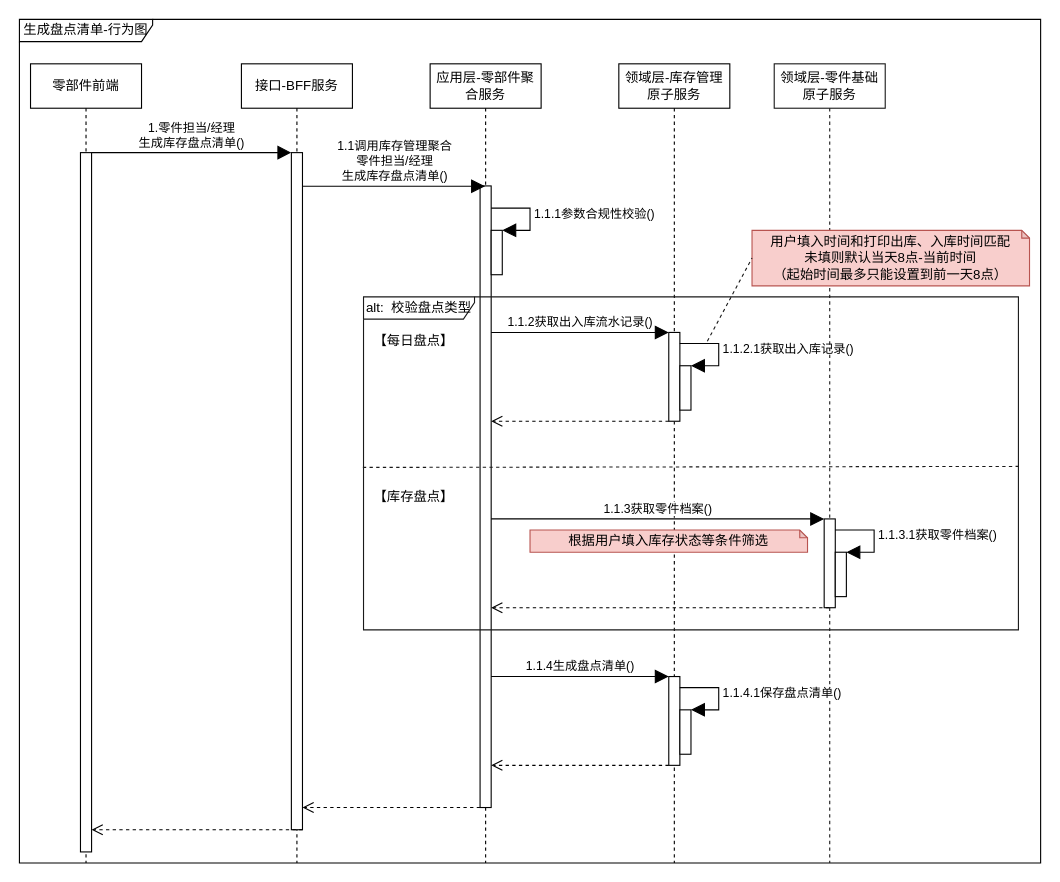
Above: page "生成盘点清单行为图" (2 of 6) of 库存管理-库存盘点.drawio in 1132489442/gitRepository1 (draw.io), before the change. Source tidied: cells renumbered, new cells numbered last; positions are measured from the earlier drawing's top-left corner, leaving out a move shared by most shapes. Both pictures are drawn from the tidied source at 111%, with x=0, y=0 at pixel (19, 19).
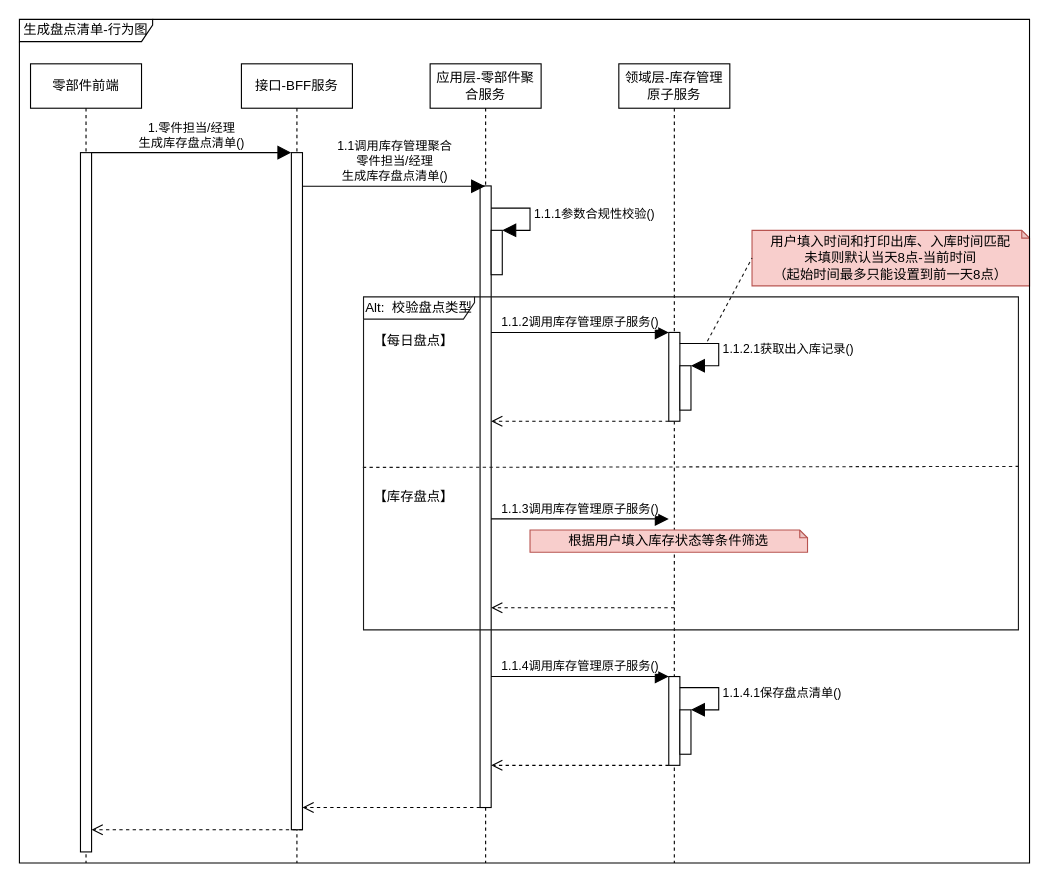
Above is the later version.

The change refers to these unchanged cells:
```xml
<mxCell id="8" style="html=1;points=[];perimeter=orthogonalPerimeter;fillColor=#FFFFFF;" parent="7" vertex="1">
  <mxGeometry x="45" y="242" width="10" height="80" as="geometry" />
</mxCell>
<mxCell id="27" style="html=1;points=[];perimeter=orthogonalPerimeter;fillColor=#FFFFFF;" parent="1" vertex="1">
  <mxGeometry x="585" y="592" width="10" height="80" as="geometry" />
</mxCell>
<mxCell id="36" value="用户填入时间和打印出库、入库时间匹配&lt;br&gt;未填则默认当天8点-当前时间&lt;br&gt;（起始时间最多只能设置到前一天8点）" style="shape=note;whiteSpace=wrap;html=1;backgroundOutline=1;darkOpacity=0.05;strokeColor=#b85450;fillColor=#f8cecc;size=7;" parent="1" vertex="1">
  <mxGeometry x="660" y="190" width="250" height="50" as="geometry" />
</mxCell>
```

The edit, as a diff of the source:
```diff
@@
-    <mxCell id="16" value="1.1.2获取出入库流水记录()" style="html=1;verticalAlign=bottom;endArrow=block;entryX=0;entryY=0;rounded=0;endSize=10;" parent="1" edge="1" target="8">
+    <mxCell id="16" value="1.1.2调用库存管理原子服务()" style="html=1;verticalAlign=bottom;endArrow=block;entryX=0;entryY=0;rounded=0;endSize=10;" parent="1" edge="1" target="8">
       <mxGeometry relative="1" as="geometry">
         <mxPoint x="425" y="282" as="sourcePoint" />
       </mxGeometry>
     </mxCell>
@@
-    <mxCell id="19" value="生成盘点清单-行为图" style="shape=umlFrame;whiteSpace=wrap;html=1;fillColor=#FFFFFF;width=120;height=20;" parent="1" vertex="1">
-      <mxGeometry width="920" height="760" as="geometry" />
-    </mxCell>
@@
-    <mxCell id="21" value="领域层-零件基础原子服务" style="shape=umlLifeline;perimeter=lifelinePerimeter;whiteSpace=wrap;html=1;strokeColor=#1A1A1A;fillColor=#FFFFFF;" parent="1" vertex="1">
-      <mxGeometry x="680" y="40" width="100" height="720" as="geometry" />
-    </mxCell>
-    <mxCell id="22" style="html=1;points=[];perimeter=orthogonalPerimeter;fillColor=#FFFFFF;" parent="21" vertex="1">
-      <mxGeometry x="45" y="410" width="10" height="80" as="geometry" />
-    </mxCell>
-    <mxCell id="23" style="html=1;points=[];perimeter=orthogonalPerimeter;fillColor=#FFFFFF;" parent="21" vertex="1">
-      <mxGeometry x="55" y="440" width="10" height="40" as="geometry" />
-    </mxCell>
-    <mxCell id="24" value="1.1.3.1获取零件档案()" style="edgeStyle=orthogonalEdgeStyle;html=1;align=left;spacingLeft=2;endArrow=block;rounded=0;entryX=1;entryY=0;endSize=10;exitX=0.987;exitY=0.125;exitDx=0;exitDy=0;exitPerimeter=0;" parent="21" edge="1" source="22" target="23">
-      <mxGeometry relative="1" as="geometry">
-        <Array as="points">
-          <mxPoint x="90" y="420" />
-          <mxPoint x="90" y="440" />
-        </Array>
-      </mxGeometry>
-    </mxCell>
-    <mxCell id="25" value="1.1.3获取零件档案()" style="html=1;verticalAlign=bottom;endArrow=block;entryX=0;entryY=0;rounded=0;endSize=10;" parent="1" edge="1" target="22">
+    <mxCell id="25" value="1.1.3调用库存管理原子服务()" style="html=1;verticalAlign=bottom;endArrow=block;entryX=0;entryY=0;rounded=0;endSize=10;" parent="1" edge="1">
       <mxGeometry relative="1" as="geometry">
         <mxPoint x="425" y="450" as="sourcePoint" />
+        <mxPoint x="585" y="450" as="targetPoint" />
       </mxGeometry>
     </mxCell>
     <mxCell id="26" style="html=1;verticalAlign=bottom;endArrow=open;dashed=1;endSize=8;rounded=0;" parent="1" edge="1">
       <mxGeometry relative="1" as="geometry">
-        <mxPoint x="729.5" y="530" as="sourcePoint" />
+        <mxPoint x="590" y="530" as="sourcePoint" />
         <mxPoint x="425" y="530" as="targetPoint" />
       </mxGeometry>
     </mxCell>
@@
-    <mxCell id="30" value="1.1.4生成盘点清单()" style="html=1;verticalAlign=bottom;endArrow=block;entryX=0;entryY=0;rounded=0;endSize=10;" parent="1" edge="1" target="27">
+    <mxCell id="30" value="1.1.4调用库存管理原子服务()" style="html=1;verticalAlign=bottom;endArrow=block;entryX=0;entryY=0;rounded=0;endSize=10;" parent="1" edge="1" target="27">
       <mxGeometry relative="1" as="geometry">
         <mxPoint x="425" y="592" as="sourcePoint" />
       </mxGeometry>
     </mxCell>
@@
-    <mxCell id="32" value="alt:&amp;nbsp; 校验盘点类型" style="shape=umlFrame;whiteSpace=wrap;html=1;strokeColor=#1A1A1A;fillColor=#FFFFFF;width=100;height=20;" parent="1" vertex="1">
-      <mxGeometry x="310" y="250" width="590" height="300" as="geometry" />
-    </mxCell>
-    <mxCell id="33" style="endArrow=none;html=1;rounded=0;endSize=6;targetPerimeterSpacing=-1;strokeColor=#1A1A1A;entryX=1.002;entryY=0.509;entryDx=0;entryDy=0;entryPerimeter=0;exitX=-0.001;exitY=0.512;exitDx=0;exitDy=0;exitPerimeter=0;dashed=1;" parent="1" edge="1" source="32" target="32">
-      <mxGeometry relative="1" as="geometry" />
+    <mxCell id="33" style="endArrow=none;html=1;rounded=0;endSize=6;targetPerimeterSpacing=-1;strokeColor=#1A1A1A;entryX=1.002;entryY=0.509;entryDx=0;entryDy=0;entryPerimeter=0;exitX=-0.001;exitY=0.512;exitDx=0;exitDy=0;exitPerimeter=0;dashed=1;" parent="1" edge="1">
+      <mxGeometry relative="1" as="geometry">
+        <mxPoint x="309.4" y="403.6" as="sourcePoint" />
+        <mxPoint x="901.2" y="402.7" as="targetPoint" />
+      </mxGeometry>
     </mxCell>
@@
-    <mxCell id="37" style="endArrow=none;dashed=1;html=1;rounded=0;endSize=6;targetPerimeterSpacing=-1;strokeColor=#1A1A1A;entryX=0;entryY=0.5;entryDx=0;entryDy=0;entryPerimeter=0;exitX=0.525;exitY=0.133;exitDx=0;exitDy=0;exitPerimeter=0;" parent="1" edge="1" source="32" target="36">
-      <mxGeometry relative="1" as="geometry" />
+    <mxCell id="37" style="endArrow=none;dashed=1;html=1;rounded=0;endSize=6;targetPerimeterSpacing=-1;strokeColor=#1A1A1A;entryX=0;entryY=0.5;entryDx=0;entryDy=0;entryPerimeter=0;exitX=0.525;exitY=0.133;exitDx=0;exitDy=0;exitPerimeter=0;" parent="1" edge="1" target="36">
+      <mxGeometry relative="1" as="geometry">
+        <mxPoint x="619.8" y="289.9" as="sourcePoint" />
+      </mxGeometry>
     </mxCell>
@@
+    <mxCell id="39" value="Alt:&amp;nbsp; 校验盘点类型" style="shape=umlFrame;whiteSpace=wrap;html=1;strokeColor=#1A1A1A;fillColor=#FFFFFF;width=100;height=20;" parent="1" vertex="1">
+      <mxGeometry x="310" y="250" width="590" height="300" as="geometry" />
+    </mxCell>
+    <mxCell id="19" value="生成盘点清单-行为图" style="shape=umlFrame;whiteSpace=wrap;html=1;fillColor=#FFFFFF;width=120;height=20;" parent="1" vertex="1">
+      <mxGeometry width="910" height="760" as="geometry" />
+    </mxCell>
```
